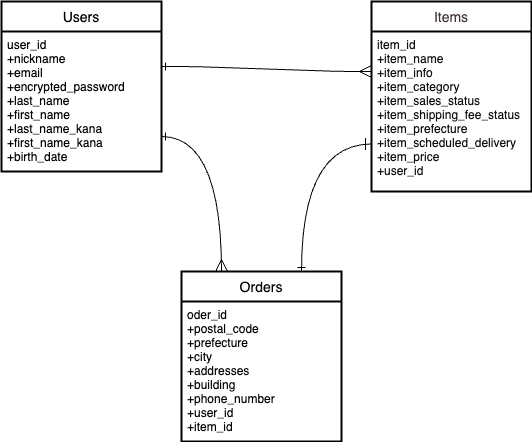
Earlier version of the draw.io export DB_ER.png (m-miyashige/furima-kagawa2023-mimaka). Source tidied: cells renumbered, new cells last; positions are measured from the earlier drawing's top-left corner, leaving out a move shared by most shapes.
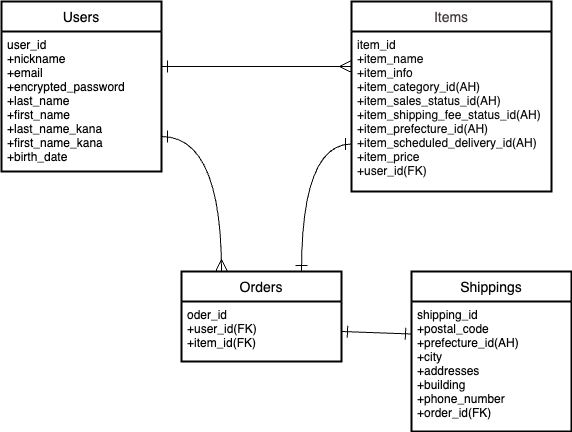
After the change.

Change to the diagram source:
```diff
@@ -9,25 +9,36 @@
       <mxGeometry y="30" width="160" height="140" as="geometry" />
     </mxCell>
     <mxCell id="4" value="Items" style="swimlane;horizontal=1;startSize=30;rounded=0;fontSize=14;fontStyle=0;strokeWidth=2;shadow=0;dashed=0;align=center;fontColor=#463939;swimlaneFillColor=#FFFFFF;" parent="1" vertex="1">
-      <mxGeometry x="370" width="160" height="190" as="geometry" />
+      <mxGeometry x="350" width="200" height="190" as="geometry" />
     </mxCell>
-    <mxCell id="5" value="item_id&#10;+item_name&#10;+item_info&#10;+item_category&#10;+item_sales_status &#10;+item_shipping_fee_status&#10;+item_prefecture&#10;+item_scheduled_delivery&#10;+item_price&#10;+user_id" style="align=left;strokeColor=none;fillColor=none;spacingLeft=4;fontSize=12;verticalAlign=top;fontColor=#100f0f;" parent="4" vertex="1">
-      <mxGeometry y="30" width="160" height="160" as="geometry" />
+    <mxCell id="5" value="item_id&#10;+item_name&#10;+item_info&#10;+item_category_id(AH)&#10;+item_sales_status_id(AH)&#10;+item_shipping_fee_status_id(AH)&#10;+item_prefecture_id(AH)&#10;+item_scheduled_delivery_id(AH)&#10;+item_price&#10;+user_id(FK)" style="align=left;strokeColor=none;fillColor=none;spacingLeft=4;fontSize=12;verticalAlign=top;fontColor=#100f0f;" parent="4" vertex="1">
+      <mxGeometry y="30" width="200" height="160" as="geometry" />
     </mxCell>
-    <mxCell id="6" style="fontSize=12;html=1;endArrow=ERmany;fontColor=#F0F0F0;exitX=1;exitY=0.25;exitDx=0;exitDy=0;entryX=0;entryY=0.25;entryDx=0;entryDy=0;verticalAlign=middle;edgeStyle=entityRelationEdgeStyle;endSize=10;startArrow=ERone;startFill=0;endFill=0;" parent="1" edge="1" source="3" target="5">
-      <mxGeometry relative="1" as="geometry" />
+    <mxCell id="6" style="fontSize=12;html=1;endArrow=ERmany;fontColor=#F0F0F0;exitX=1;exitY=0.25;exitDx=0;exitDy=0;verticalAlign=middle;edgeStyle=entityRelationEdgeStyle;endSize=10;startArrow=ERone;startFill=0;endFill=0;startSize=10;" parent="1" edge="1" source="3">
+      <mxGeometry relative="1" as="geometry">
+        <mxPoint x="350" y="65" as="targetPoint" />
+      </mxGeometry>
     </mxCell>
     <mxCell id="7" value="Orders" style="swimlane;horizontal=1;startSize=30;rounded=0;fontSize=14;fontStyle=0;strokeWidth=2;shadow=0;dashed=0;align=center;fontColor=#050505;swimlaneFillColor=#FFFFFF;" parent="1" vertex="1">
-      <mxGeometry x="180" y="270" width="160" height="170" as="geometry" />
+      <mxGeometry x="180" y="270" width="160" height="90" as="geometry" />
     </mxCell>
-    <mxCell id="8" value="oder_id&#10;+postal_code&#10;+prefecture&#10;+city &#10;+addresses&#10;+building &#10;+phone_number&#10;+user_id&#10;+item_id" style="align=left;strokeColor=none;fillColor=none;spacingLeft=4;fontSize=12;verticalAlign=top;fontColor=#040404;" parent="7" vertex="1">
-      <mxGeometry y="30" width="160" height="140" as="geometry" />
+    <mxCell id="8" value="oder_id&#10;+user_id(FK)&#10;+item_id(FK)" style="align=left;strokeColor=none;fillColor=none;spacingLeft=4;fontSize=12;verticalAlign=top;fontColor=#040404;" parent="7" vertex="1">
+      <mxGeometry y="30" width="160" height="60" as="geometry" />
     </mxCell>
-    <mxCell id="9" style="edgeStyle=orthogonalEdgeStyle;fontSize=12;html=1;endArrow=ERmany;fontColor=#F0F0F0;exitX=1;exitY=0.75;exitDx=0;exitDy=0;curved=1;entryX=0.25;entryY=0;entryDx=0;entryDy=0;endSize=10;startArrow=ERone;startFill=0;endFill=0;" parent="1" edge="1" source="3" target="7">
+    <mxCell id="9" style="edgeStyle=orthogonalEdgeStyle;fontSize=12;html=1;endArrow=ERmany;fontColor=#F0F0F0;exitX=1;exitY=0.75;exitDx=0;exitDy=0;curved=1;entryX=0.25;entryY=0;entryDx=0;entryDy=0;endSize=10;startArrow=ERone;startFill=0;endFill=0;startSize=10;" parent="1" edge="1" source="3" target="7">
       <mxGeometry relative="1" as="geometry" />
     </mxCell>
-    <mxCell id="10" style="edgeStyle=orthogonalEdgeStyle;fontSize=12;html=1;endArrow=ERone;startArrow=ERone;fontColor=#F0F0F0;endSize=10;curved=1;entryX=0;entryY=0.75;entryDx=0;entryDy=0;exitX=0.75;exitY=0;exitDx=0;exitDy=0;startFill=0;endFill=0;" parent="1" edge="1" source="7" target="4">
+    <mxCell id="10" style="edgeStyle=orthogonalEdgeStyle;fontSize=12;html=1;endArrow=ERone;startArrow=ERone;fontColor=#F0F0F0;endSize=10;curved=1;entryX=0;entryY=0.75;entryDx=0;entryDy=0;exitX=0.75;exitY=0;exitDx=0;exitDy=0;startFill=0;endFill=0;startSize=10;" parent="1" edge="1" source="7" target="4">
       <mxGeometry relative="1" as="geometry" />
     </mxCell>
+    <mxCell id="11" value="Shippings" style="swimlane;horizontal=1;startSize=30;rounded=0;fontSize=14;fontStyle=0;strokeWidth=2;shadow=0;dashed=0;align=center;fontColor=#050505;swimlaneFillColor=#FFFFFF;" parent="1" vertex="1">
+      <mxGeometry x="410" y="270" width="160" height="160" as="geometry" />
+    </mxCell>
+    <mxCell id="12" value="shipping_id&#10;+postal_code&#10;+prefecture_id(AH)&#10;+city &#10;+addresses&#10;+building &#10;+phone_number&#10;+order_id(FK)&#10;" style="align=left;strokeColor=none;fillColor=none;spacingLeft=4;fontSize=12;verticalAlign=top;fontColor=#040404;" parent="11" vertex="1">
+      <mxGeometry y="30" width="160" height="130" as="geometry" />
+    </mxCell>
+    <mxCell id="13" style="fontSize=12;html=1;endArrow=ERone;endFill=0;exitX=1;exitY=0.5;exitDx=0;exitDy=0;entryX=0;entryY=0.25;entryDx=0;entryDy=0;endSize=10;startSize=10;startArrow=ERone;startFill=0;" parent="1" edge="1" source="8" target="12">
+      <mxGeometry relative="1" as="geometry" />
+    </mxCell>
   </root>
 </mxGraphModel>
```
